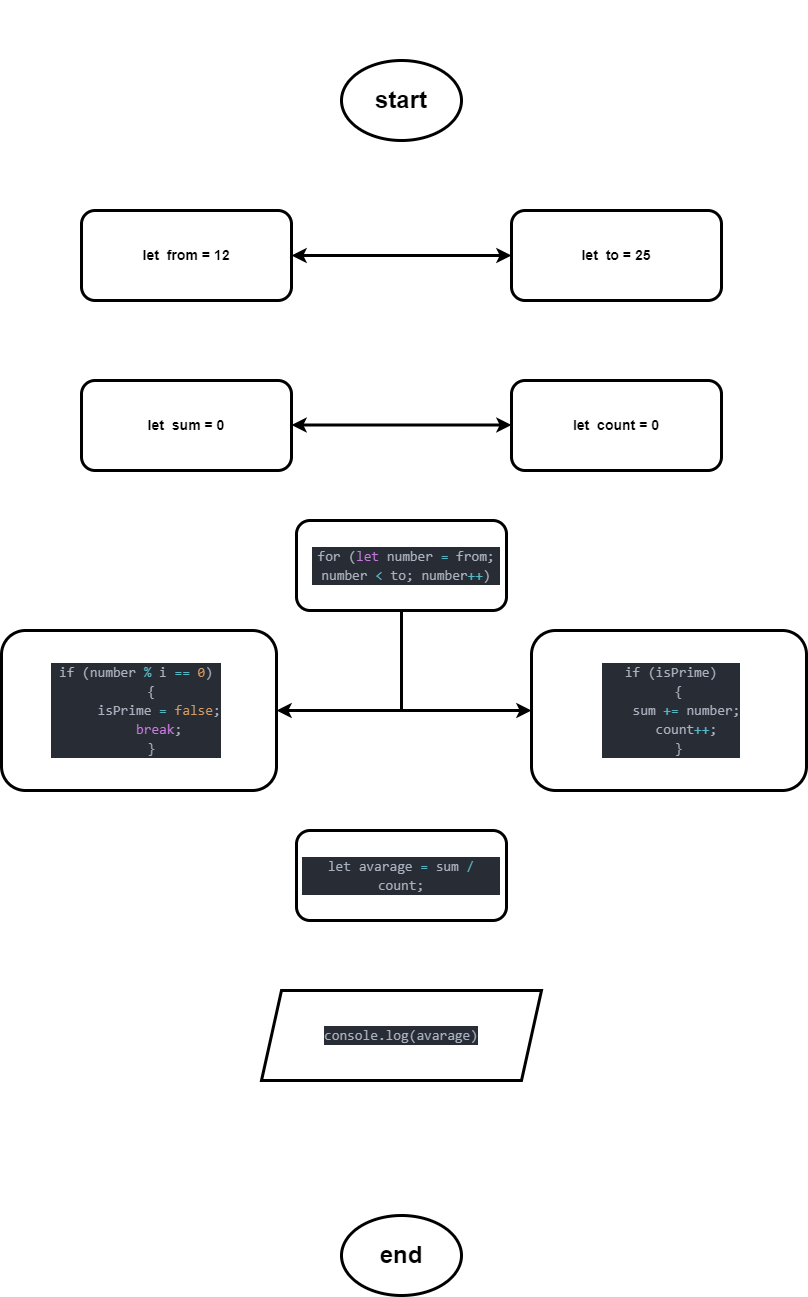
The draw.io diagram flowcharts/flowchart Task-C.png in Mehemmed-Cf/assigment, before a commit. Source tidied: cells renumbered, new cells last; positions are measured from the earlier drawing's top-left corner, leaving out a move shared by most shapes. Its diagram source:
```xml
<mxGraphModel>
  <root>
    <mxCell id="0" />
    <mxCell id="1" parent="0" />
    <mxCell id="2" style="edgeStyle=orthogonalEdgeStyle;rounded=0;jettySize=auto;html=1;strokeWidth=3;entryX=0.5;entryY=0;entryDx=0;entryDy=0;strokeColor=#FFFFFF;" parent="1" edge="1" source="3" target="28">
      <mxGeometry relative="1" as="geometry" />
    </mxCell>
    <mxCell id="3" style="ellipse;whiteSpace=wrap;html=1;strokeWidth=3;" parent="1" vertex="1">
      <mxGeometry x="340" y="60" width="120" height="80" as="geometry" />
    </mxCell>
    <mxCell id="4" value="&lt;h1&gt;start&lt;/h1&gt;" style="text;html=1;strokeColor=none;fillColor=none;align=center;verticalAlign=middle;whiteSpace=wrap;rounded=0;" parent="1" vertex="1">
      <mxGeometry x="370" y="85" width="60" height="30" as="geometry" />
    </mxCell>
    <mxCell id="5" value="&lt;h1&gt;&lt;font color=&quot;#ffffff&quot;&gt;C&lt;/font&gt;&lt;/h1&gt;" style="text;html=1;strokeColor=none;fillColor=none;align=center;verticalAlign=middle;whiteSpace=wrap;rounded=0;" parent="1" vertex="1">
      <mxGeometry x="160" width="130" height="110" as="geometry" />
    </mxCell>
    <mxCell id="6" style="rounded=1;whiteSpace=wrap;html=1;strokeWidth=3;" parent="1" vertex="1">
      <mxGeometry x="80" y="210" width="210" height="90" as="geometry" />
    </mxCell>
    <mxCell id="7" value="&lt;h3&gt;let&amp;nbsp; from = 12&lt;/h3&gt;" style="text;html=1;strokeColor=none;fillColor=none;align=center;verticalAlign=middle;whiteSpace=wrap;rounded=0;" parent="1" vertex="1">
      <mxGeometry x="95" y="220" width="180" height="70" as="geometry" />
    </mxCell>
    <mxCell id="8" style="rounded=1;whiteSpace=wrap;html=1;strokeWidth=3;" parent="1" vertex="1">
      <mxGeometry x="510" y="210" width="210" height="90" as="geometry" />
    </mxCell>
    <mxCell id="9" value="&lt;h3&gt;let&amp;nbsp; to = 25&lt;/h3&gt;" style="text;html=1;strokeColor=none;fillColor=none;align=center;verticalAlign=middle;whiteSpace=wrap;rounded=0;" parent="1" vertex="1">
      <mxGeometry x="520" y="220" width="190" height="70" as="geometry" />
    </mxCell>
    <mxCell id="10" style="endArrow=classic;startArrow=classic;html=1;rounded=0;entryX=0;entryY=0.5;entryDx=0;entryDy=0;exitX=1;exitY=0.5;exitDx=0;exitDy=0;fontColor=#FFFFFF;spacing=2;fontSize=11;spacingTop=0;strokeWidth=3;" parent="1" edge="1" source="6" target="8">
      <mxGeometry relative="1" as="geometry" />
    </mxCell>
    <mxCell id="11" style="rounded=1;whiteSpace=wrap;html=1;strokeWidth=3;" parent="1" vertex="1">
      <mxGeometry x="80" y="380" width="210" height="90" as="geometry" />
    </mxCell>
    <mxCell id="12" style="rounded=1;whiteSpace=wrap;html=1;strokeWidth=3;" parent="1" vertex="1">
      <mxGeometry x="510" y="380" width="210" height="90" as="geometry" />
    </mxCell>
    <mxCell id="13" style="endArrow=classic;startArrow=classic;html=1;rounded=0;entryX=0;entryY=0.5;entryDx=0;entryDy=0;exitX=1;exitY=0.5;exitDx=0;exitDy=0;fontColor=#FFFFFF;spacing=2;fontSize=11;spacingTop=0;strokeWidth=3;" parent="1" edge="1">
      <mxGeometry relative="1" as="geometry">
        <mxPoint x="290" y="424.5" as="sourcePoint" />
        <mxPoint x="510" y="424.5" as="targetPoint" />
      </mxGeometry>
    </mxCell>
    <mxCell id="14" value="&lt;h3&gt;let&amp;nbsp; count = 0&lt;/h3&gt;" style="text;html=1;strokeColor=none;fillColor=none;align=center;verticalAlign=middle;whiteSpace=wrap;rounded=0;" parent="1" vertex="1">
      <mxGeometry x="520" y="390" width="190" height="70" as="geometry" />
    </mxCell>
    <mxCell id="15" value="&lt;h3&gt;let&amp;nbsp; sum = 0&lt;/h3&gt;" style="text;html=1;strokeColor=none;fillColor=none;align=center;verticalAlign=middle;whiteSpace=wrap;rounded=0;" parent="1" vertex="1">
      <mxGeometry x="90" y="390" width="190" height="70" as="geometry" />
    </mxCell>
    <mxCell id="16" style="edgeStyle=orthogonalEdgeStyle;rounded=0;jettySize=auto;html=1;entryX=1;entryY=0.5;entryDx=0;entryDy=0;strokeWidth=3;exitX=0.5;exitY=1;exitDx=0;exitDy=0;" parent="1" edge="1" source="18" target="20">
      <mxGeometry relative="1" as="geometry" />
    </mxCell>
    <mxCell id="17" style="edgeStyle=orthogonalEdgeStyle;rounded=0;jettySize=auto;html=1;entryX=0;entryY=0.5;entryDx=0;entryDy=0;exitX=0.5;exitY=1;exitDx=0;exitDy=0;strokeWidth=3;" parent="1" edge="1" source="18" target="22">
      <mxGeometry relative="1" as="geometry" />
    </mxCell>
    <mxCell id="18" style="rounded=1;whiteSpace=wrap;html=1;strokeWidth=3;" parent="1" vertex="1">
      <mxGeometry x="295" y="520" width="210" height="90" as="geometry" />
    </mxCell>
    <mxCell id="19" value="&lt;h3&gt;&lt;div style=&quot;color: rgb(171, 178, 191); background-color: rgb(40, 44, 52); font-family: Consolas, &amp;quot;Courier New&amp;quot;, monospace; font-weight: normal; font-size: 14px; line-height: 19px;&quot;&gt;for (&lt;span style=&quot;color: #c678dd;&quot;&gt;let&lt;/span&gt; number &lt;span style=&quot;color: #56b6c2;&quot;&gt;=&lt;/span&gt; from; number &lt;span style=&quot;color: #56b6c2;&quot;&gt;&amp;lt;&lt;/span&gt; to; number&lt;span style=&quot;color: #56b6c2;&quot;&gt;++&lt;/span&gt;) &lt;/div&gt;&lt;/h3&gt;" style="text;html=1;strokeColor=none;fillColor=none;align=center;verticalAlign=middle;whiteSpace=wrap;rounded=0;" parent="1" vertex="1">
      <mxGeometry x="310" y="530" width="190" height="70" as="geometry" />
    </mxCell>
    <mxCell id="20" style="rounded=1;whiteSpace=wrap;html=1;strokeWidth=3;" parent="1" vertex="1">
      <mxGeometry y="630" width="275" height="160" as="geometry" />
    </mxCell>
    <mxCell id="21" value="&lt;h3&gt;&lt;div style=&quot;color: rgb(171, 178, 191); background-color: rgb(40, 44, 52); font-family: Consolas, &amp;quot;Courier New&amp;quot;, monospace; font-weight: normal; font-size: 14px; line-height: 19px;&quot;&gt;&lt;div style=&quot;line-height: 19px;&quot;&gt;&lt;div&gt;if (number &lt;span style=&quot;color: #56b6c2;&quot;&gt;%&lt;/span&gt; i &lt;span style=&quot;color: #56b6c2;&quot;&gt;==&lt;/span&gt; &lt;span style=&quot;color: #d19a66;&quot;&gt;0&lt;/span&gt;) &lt;/div&gt;&lt;div&gt;&amp;nbsp; &amp;nbsp; {&lt;/div&gt;&lt;div&gt;&amp;nbsp; &amp;nbsp; &amp;nbsp; isPrime &lt;span style=&quot;color: #56b6c2;&quot;&gt;=&lt;/span&gt; &lt;span style=&quot;color: #d19a66;&quot;&gt;false&lt;/span&gt;;&lt;/div&gt;&lt;div&gt;&amp;nbsp; &amp;nbsp; &amp;nbsp; &lt;span style=&quot;color: #c678dd;&quot;&gt;break&lt;/span&gt;;&lt;/div&gt;&lt;div&gt;&amp;nbsp; &amp;nbsp; }&lt;/div&gt;&lt;/div&gt;&lt;/div&gt;&lt;/h3&gt;" style="text;html=1;strokeColor=none;fillColor=none;align=center;verticalAlign=middle;whiteSpace=wrap;rounded=0;" parent="1" vertex="1">
      <mxGeometry y="640" width="270" height="140" as="geometry" />
    </mxCell>
    <mxCell id="22" style="rounded=1;whiteSpace=wrap;html=1;strokeWidth=3;" parent="1" vertex="1">
      <mxGeometry x="530" y="630" width="275" height="160" as="geometry" />
    </mxCell>
    <mxCell id="23" value="&lt;h3&gt;&lt;div style=&quot;color: rgb(171, 178, 191); background-color: rgb(40, 44, 52); font-family: Consolas, &amp;quot;Courier New&amp;quot;, monospace; font-weight: normal; font-size: 14px; line-height: 19px;&quot;&gt;&lt;div&gt;if (isPrime) &lt;/div&gt;&lt;div&gt;&amp;nbsp; {&lt;/div&gt;&lt;div&gt;&amp;nbsp; &amp;nbsp; sum &lt;span style=&quot;color: #56b6c2;&quot;&gt;+=&lt;/span&gt; number;&lt;/div&gt;&lt;div&gt;&amp;nbsp; &amp;nbsp; count&lt;span style=&quot;color: #56b6c2;&quot;&gt;++&lt;/span&gt;;&lt;/div&gt;&lt;div&gt;&amp;nbsp; }&lt;/div&gt;&lt;/div&gt;&lt;/h3&gt;" style="text;html=1;strokeColor=none;fillColor=none;align=center;verticalAlign=middle;whiteSpace=wrap;rounded=0;" parent="1" vertex="1">
      <mxGeometry x="540" y="640" width="260" height="140" as="geometry" />
    </mxCell>
    <mxCell id="24" style="rounded=1;whiteSpace=wrap;html=1;strokeWidth=3;" parent="1" vertex="1">
      <mxGeometry x="295" y="830" width="210" height="90" as="geometry" />
    </mxCell>
    <mxCell id="25" value="&lt;h3&gt;&lt;div style=&quot;color: rgb(171, 178, 191); background-color: rgb(40, 44, 52); font-family: Consolas, &amp;quot;Courier New&amp;quot;, monospace; font-weight: normal; font-size: 14px; line-height: 19px;&quot;&gt;let avarage &lt;span style=&quot;color: #56b6c2;&quot;&gt;=&lt;/span&gt; sum &lt;span style=&quot;color: #56b6c2;&quot;&gt;/&lt;/span&gt; count;&lt;/div&gt;&lt;/h3&gt;" style="text;html=1;strokeColor=none;fillColor=none;align=center;verticalAlign=middle;whiteSpace=wrap;rounded=0;" parent="1" vertex="1">
      <mxGeometry x="300" y="840" width="200" height="70" as="geometry" />
    </mxCell>
    <mxCell id="26" style="shape=parallelogram;perimeter=parallelogramPerimeter;whiteSpace=wrap;html=1;fixedSize=1;fontColor=#FFFFFF;strokeWidth=3;" parent="1" vertex="1">
      <mxGeometry x="260" y="990" width="280" height="90" as="geometry" />
    </mxCell>
    <mxCell id="27" value="&lt;h3&gt;&lt;div style=&quot;color: rgb(171, 178, 191); background-color: rgb(40, 44, 52); font-family: Consolas, &amp;quot;Courier New&amp;quot;, monospace; font-weight: normal; font-size: 14px; line-height: 19px;&quot;&gt;console.log(avarage)&lt;/div&gt;&lt;/h3&gt;" style="text;html=1;strokeColor=none;fillColor=none;align=center;verticalAlign=middle;whiteSpace=wrap;rounded=0;" parent="1" vertex="1">
      <mxGeometry x="280" y="1000" width="240" height="70" as="geometry" />
    </mxCell>
    <mxCell id="28" style="ellipse;whiteSpace=wrap;html=1;strokeWidth=3;" parent="1" vertex="1">
      <mxGeometry x="340" y="1215" width="120" height="80" as="geometry" />
    </mxCell>
    <mxCell id="29" value="&lt;h1&gt;end&lt;/h1&gt;" style="text;html=1;strokeColor=none;fillColor=none;align=center;verticalAlign=middle;whiteSpace=wrap;rounded=0;" parent="1" vertex="1">
      <mxGeometry x="355" y="1240" width="90" height="30" as="geometry" />
    </mxCell>
  </root>
</mxGraphModel>
```
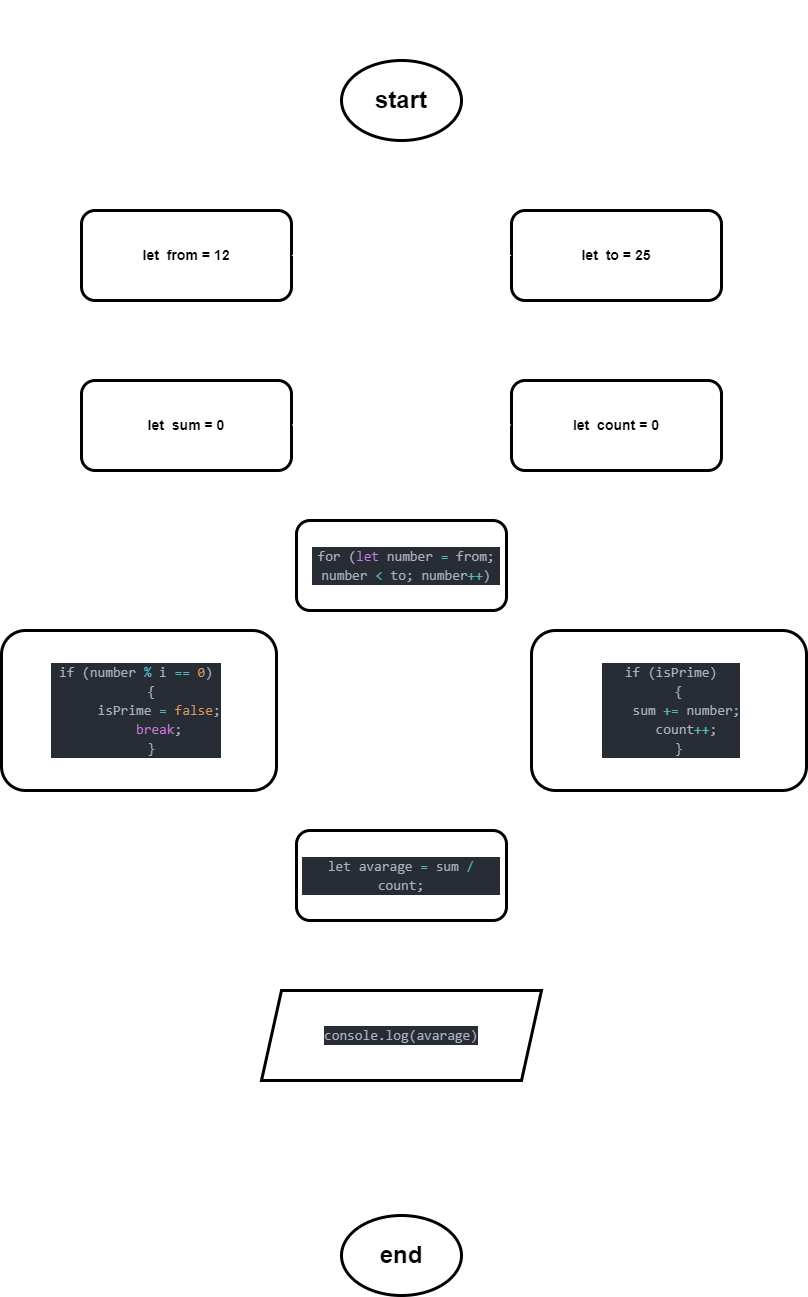
Later version of the same file.

Commit message:
flowchart for Task-C added

The edit, as a diff of the source:
```diff
@@ -26,7 +26,7 @@
     <mxCell id="9" value="&lt;h3&gt;let&amp;nbsp; to = 25&lt;/h3&gt;" style="text;html=1;strokeColor=none;fillColor=none;align=center;verticalAlign=middle;whiteSpace=wrap;rounded=0;" parent="1" vertex="1">
       <mxGeometry x="520" y="220" width="190" height="70" as="geometry" />
     </mxCell>
-    <mxCell id="10" style="endArrow=classic;startArrow=classic;html=1;rounded=0;entryX=0;entryY=0.5;entryDx=0;entryDy=0;exitX=1;exitY=0.5;exitDx=0;exitDy=0;fontColor=#FFFFFF;spacing=2;fontSize=11;spacingTop=0;strokeWidth=3;" parent="1" edge="1" source="6" target="8">
+    <mxCell id="10" style="endArrow=classic;startArrow=classic;html=1;rounded=0;entryX=0;entryY=0.5;entryDx=0;entryDy=0;exitX=1;exitY=0.5;exitDx=0;exitDy=0;fontColor=#FFFFFF;spacing=2;fontSize=11;spacingTop=0;strokeWidth=3;strokeColor=#FFFFFF;" parent="1" edge="1" source="6" target="8">
       <mxGeometry relative="1" as="geometry" />
     </mxCell>
     <mxCell id="11" style="rounded=1;whiteSpace=wrap;html=1;strokeWidth=3;" parent="1" vertex="1">
@@ -35,7 +35,7 @@
     <mxCell id="12" style="rounded=1;whiteSpace=wrap;html=1;strokeWidth=3;" parent="1" vertex="1">
       <mxGeometry x="510" y="380" width="210" height="90" as="geometry" />
     </mxCell>
-    <mxCell id="13" style="endArrow=classic;startArrow=classic;html=1;rounded=0;entryX=0;entryY=0.5;entryDx=0;entryDy=0;exitX=1;exitY=0.5;exitDx=0;exitDy=0;fontColor=#FFFFFF;spacing=2;fontSize=11;spacingTop=0;strokeWidth=3;" parent="1" edge="1">
+    <mxCell id="13" style="endArrow=classic;startArrow=classic;html=1;rounded=0;entryX=0;entryY=0.5;entryDx=0;entryDy=0;exitX=1;exitY=0.5;exitDx=0;exitDy=0;fontColor=#FFFFFF;spacing=2;fontSize=11;spacingTop=0;strokeWidth=3;strokeColor=#FFFFFF;" parent="1" edge="1">
       <mxGeometry relative="1" as="geometry">
         <mxPoint x="290" y="424.5" as="sourcePoint" />
         <mxPoint x="510" y="424.5" as="targetPoint" />
@@ -47,10 +47,10 @@
     <mxCell id="15" value="&lt;h3&gt;let&amp;nbsp; sum = 0&lt;/h3&gt;" style="text;html=1;strokeColor=none;fillColor=none;align=center;verticalAlign=middle;whiteSpace=wrap;rounded=0;" parent="1" vertex="1">
       <mxGeometry x="90" y="390" width="190" height="70" as="geometry" />
     </mxCell>
-    <mxCell id="16" style="edgeStyle=orthogonalEdgeStyle;rounded=0;jettySize=auto;html=1;entryX=1;entryY=0.5;entryDx=0;entryDy=0;strokeWidth=3;exitX=0.5;exitY=1;exitDx=0;exitDy=0;" parent="1" edge="1" source="18" target="20">
+    <mxCell id="16" style="edgeStyle=orthogonalEdgeStyle;rounded=0;jettySize=auto;html=1;entryX=1;entryY=0.5;entryDx=0;entryDy=0;strokeWidth=3;exitX=0.5;exitY=1;exitDx=0;exitDy=0;strokeColor=#FFFFFF;" parent="1" edge="1" source="18" target="20">
       <mxGeometry relative="1" as="geometry" />
     </mxCell>
-    <mxCell id="17" style="edgeStyle=orthogonalEdgeStyle;rounded=0;jettySize=auto;html=1;entryX=0;entryY=0.5;entryDx=0;entryDy=0;exitX=0.5;exitY=1;exitDx=0;exitDy=0;strokeWidth=3;" parent="1" edge="1" source="18" target="22">
+    <mxCell id="17" style="edgeStyle=orthogonalEdgeStyle;rounded=0;jettySize=auto;html=1;entryX=0;entryY=0.5;entryDx=0;entryDy=0;exitX=0.5;exitY=1;exitDx=0;exitDy=0;strokeWidth=3;strokeColor=#FFFFFF;" parent="1" edge="1" source="18" target="22">
       <mxGeometry relative="1" as="geometry" />
     </mxCell>
     <mxCell id="18" style="rounded=1;whiteSpace=wrap;html=1;strokeWidth=3;" parent="1" vertex="1">
```
